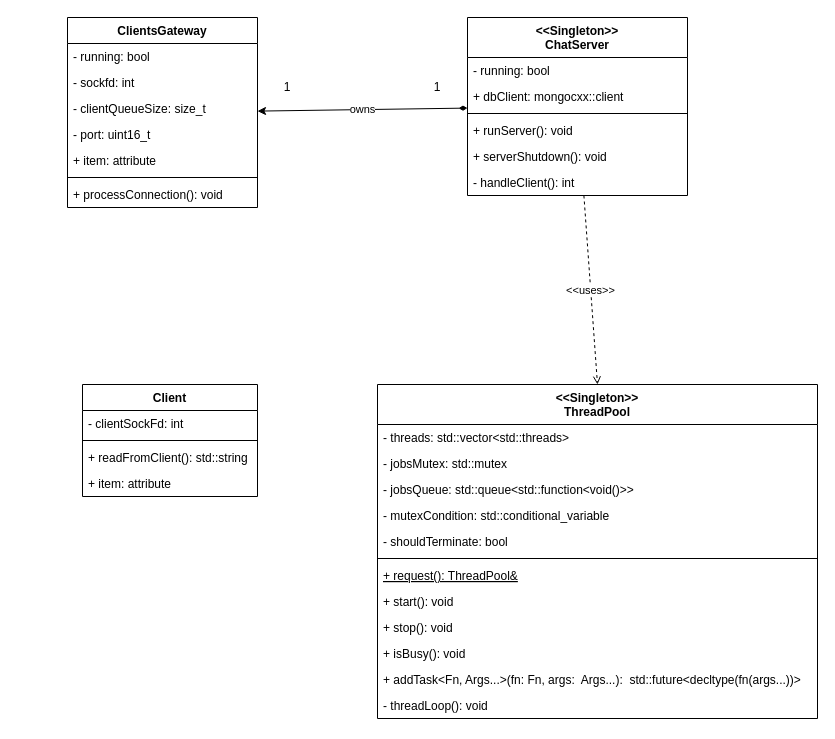
This is docs/static.drawio from dohuyminh/chatroom-server, a draw.io file, before an edit. Source tidied: cells renumbered, new cells numbered last; positions are measured from the earlier drawing's top-left corner, leaving out a move shared by most shapes. Both pictures are drawn from the tidied source at 100%, with x=0, y=0 at pixel (67, 17).
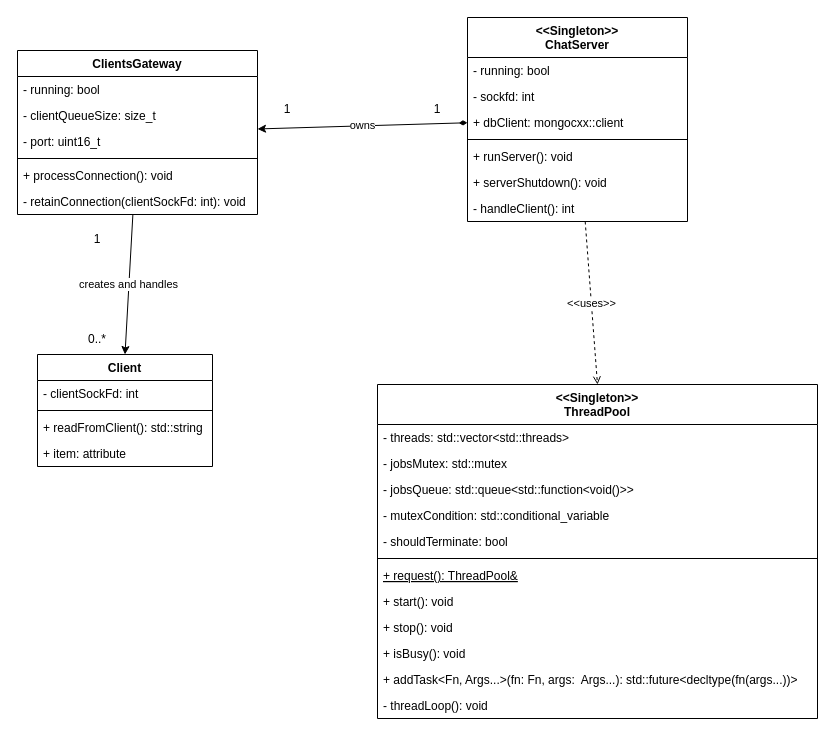
The same page after the edit.

Unchanged cells that the change refers to:
```xml
<mxCell id="11" value="&lt;&lt;Singleton&gt;&gt;&#10;ThreadPool" style="swimlane;fontStyle=1;align=center;verticalAlign=top;horizontal=1;startSize=40;" parent="1" vertex="1">
  <mxGeometry x="310" y="367" width="440" height="334" as="geometry" />
</mxCell>
```

Diff of the diagram source:
```diff
@@
     <mxCell id="4" value="&lt;&lt;Singleton&gt;&gt;&#10;ChatServer" style="swimlane;fontStyle=1;align=center;verticalAlign=top;horizontal=1;startSize=40;" parent="1" vertex="1">
-      <mxGeometry x="400" width="220" height="178" as="geometry" />
+      <mxGeometry x="400" width="220" height="204" as="geometry" />
     </mxCell>
@@
+    <mxCell id="27" value="- sockfd: int" style="text;strokeColor=none;fillColor=none;align=left;verticalAlign=top;spacingLeft=4;spacingRight=4;overflow=hidden;" parent="4" vertex="1">
+      <mxGeometry y="66" width="220" height="26" as="geometry" />
+    </mxCell>
     <mxCell id="6" value="+ dbClient: mongocxx::client" style="text;strokeColor=none;fillColor=none;align=left;verticalAlign=top;spacingLeft=4;spacingRight=4;overflow=hidden;" parent="4" vertex="1">
-      <mxGeometry y="66" width="220" height="26" as="geometry" />
+      <mxGeometry y="92" width="220" height="26" as="geometry" />
     </mxCell>
     <mxCell id="7" style="line;strokeWidth=1;fillColor=none;align=left;verticalAlign=middle;spacingTop=-1;spacingLeft=3;spacingRight=3;labelPosition=right;strokeColor=inherit;" parent="4" vertex="1">
-      <mxGeometry y="92" width="220" height="8" as="geometry" />
+      <mxGeometry y="118" width="220" height="8" as="geometry" />
     </mxCell>
     <mxCell id="8" value="+ runServer(): void" style="text;strokeColor=none;fillColor=none;align=left;verticalAlign=top;spacingLeft=4;spacingRight=4;overflow=hidden;" parent="4" vertex="1">
-      <mxGeometry y="100" width="220" height="26" as="geometry" />
+      <mxGeometry y="126" width="220" height="26" as="geometry" />
     </mxCell>
     <mxCell id="9" value="+ serverShutdown(): void" style="text;strokeColor=none;fillColor=none;align=left;verticalAlign=top;spacingLeft=4;spacingRight=4;overflow=hidden;" parent="4" vertex="1">
-      <mxGeometry y="126" width="220" height="26" as="geometry" />
+      <mxGeometry y="152" width="220" height="26" as="geometry" />
     </mxCell>
     <mxCell id="10" value="- handleClient(): int" style="text;strokeColor=none;fillColor=none;align=left;verticalAlign=top;spacingLeft=4;spacingRight=4;overflow=hidden;" parent="4" vertex="1">
-      <mxGeometry y="152" width="220" height="26" as="geometry" />
+      <mxGeometry y="178" width="220" height="26" as="geometry" />
     </mxCell>
@@
-    <mxCell id="22" value="+ addTask&lt;Fn, Args...&gt;(fn: Fn, args:  Args...):  std::future&lt;decltype(fn(args...))&gt;" style="text;strokeColor=none;fillColor=none;align=left;verticalAlign=top;spacingLeft=4;spacingRight=4;overflow=hidden;" parent="11" vertex="1">
+    <mxCell id="22" value="+ addTask&lt;Fn, Args...&gt;(fn: Fn, args:  Args...): std::future&lt;decltype(fn(args...))&gt;" style="text;strokeColor=none;fillColor=none;align=left;verticalAlign=top;spacingLeft=4;spacingRight=4;overflow=hidden;" parent="11" vertex="1">
       <mxGeometry y="282" width="440" height="26" as="geometry" />
     </mxCell>
@@
+    <mxCell id="40" value="creates and handles" style="edgeStyle=none;html=1;entryX=0.5;entryY=0;entryDx=0;entryDy=0;" parent="1" edge="1" source="25" target="35">
+      <mxGeometry relative="1" as="geometry" />
+    </mxCell>
     <mxCell id="25" value="ClientsGateway" style="swimlane;fontStyle=1;align=center;verticalAlign=top;horizontal=1;startSize=26;" parent="1" vertex="1">
-      <mxGeometry width="190" height="190" as="geometry" />
+      <mxGeometry x="-50" y="33" width="240" height="164" as="geometry" />
     </mxCell>
     <mxCell id="26" value="- running: bool" style="text;strokeColor=none;fillColor=none;align=left;verticalAlign=top;spacingLeft=4;spacingRight=4;overflow=hidden;" parent="25" vertex="1">
-      <mxGeometry y="26" width="190" height="26" as="geometry" />
+      <mxGeometry y="26" width="240" height="26" as="geometry" />
     </mxCell>
-    <mxCell id="27" value="- sockfd: int" style="text;strokeColor=none;fillColor=none;align=left;verticalAlign=top;spacingLeft=4;spacingRight=4;overflow=hidden;" parent="25" vertex="1">
-      <mxGeometry y="52" width="190" height="26" as="geometry" />
-    </mxCell>
     <mxCell id="28" value="- clientQueueSize: size_t" style="text;strokeColor=none;fillColor=none;align=left;verticalAlign=top;spacingLeft=4;spacingRight=4;overflow=hidden;" parent="25" vertex="1">
-      <mxGeometry y="78" width="190" height="26" as="geometry" />
+      <mxGeometry y="52" width="240" height="26" as="geometry" />
     </mxCell>
     <mxCell id="29" value="- port: uint16_t" style="text;strokeColor=none;fillColor=none;align=left;verticalAlign=top;spacingLeft=4;spacingRight=4;overflow=hidden;" parent="25" vertex="1">
-      <mxGeometry y="104" width="190" height="26" as="geometry" />
+      <mxGeometry y="78" width="240" height="26" as="geometry" />
     </mxCell>
-    <mxCell id="30" value="+ item: attribute" style="text;strokeColor=none;fillColor=none;align=left;verticalAlign=top;spacingLeft=4;spacingRight=4;overflow=hidden;" parent="25" vertex="1">
-      <mxGeometry y="130" width="190" height="26" as="geometry" />
-    </mxCell>
     <mxCell id="31" style="line;strokeWidth=1;fillColor=none;align=left;verticalAlign=middle;spacingTop=-1;spacingLeft=3;spacingRight=3;labelPosition=right;strokeColor=inherit;" parent="25" vertex="1">
-      <mxGeometry y="156" width="190" height="8" as="geometry" />
+      <mxGeometry y="104" width="240" height="8" as="geometry" />
     </mxCell>
     <mxCell id="32" value="+ processConnection(): void" style="text;strokeColor=none;fillColor=none;align=left;verticalAlign=top;spacingLeft=4;spacingRight=4;overflow=hidden;" parent="25" vertex="1">
-      <mxGeometry y="164" width="190" height="26" as="geometry" />
+      <mxGeometry y="112" width="240" height="26" as="geometry" />
     </mxCell>
+    <mxCell id="41" value="- retainConnection(clientSockFd: int): void" style="text;strokeColor=none;fillColor=none;align=left;verticalAlign=top;spacingLeft=4;spacingRight=4;overflow=hidden;" parent="25" vertex="1">
+      <mxGeometry y="138" width="240" height="26" as="geometry" />
+    </mxCell>
     <mxCell id="33" value="1" style="text;html=1;strokeColor=none;fillColor=none;align=center;verticalAlign=middle;whiteSpace=wrap;rounded=0;" parent="1" vertex="1">
-      <mxGeometry x="190" y="55" width="60" height="30" as="geometry" />
+      <mxGeometry x="190" y="77" width="60" height="30" as="geometry" />
     </mxCell>
-    <mxCell id="34" value="1" style="text;html=1;strokeColor=none;fillColor=none;align=center;verticalAlign=middle;whiteSpace=wrap;rounded=0;" parent="1" vertex="1">
-      <mxGeometry x="340" y="55" width="60" height="30" as="geometry" />
-    </mxCell>
     <mxCell id="35" value="Client" style="swimlane;fontStyle=1;align=center;verticalAlign=top;horizontal=1;startSize=26;" parent="1" vertex="1">
-      <mxGeometry x="15" y="367" width="175" height="112" as="geometry" />
+      <mxGeometry x="-30" y="337" width="175" height="112" as="geometry" />
     </mxCell>
@@
+    <mxCell id="42" value="0..*" style="text;html=1;strokeColor=none;fillColor=none;align=center;verticalAlign=middle;whiteSpace=wrap;rounded=0;" parent="1" vertex="1">
+      <mxGeometry y="307" width="60" height="30" as="geometry" />
+    </mxCell>
+    <mxCell id="43" value="1" style="text;html=1;strokeColor=none;fillColor=none;align=center;verticalAlign=middle;whiteSpace=wrap;rounded=0;" parent="1" vertex="1">
+      <mxGeometry y="207" width="60" height="30" as="geometry" />
+    </mxCell>
+    <mxCell id="44" value="1" style="text;html=1;strokeColor=none;fillColor=none;align=center;verticalAlign=middle;whiteSpace=wrap;rounded=0;" parent="1" vertex="1">
+      <mxGeometry x="340" y="77" width="60" height="30" as="geometry" />
+    </mxCell>
```
